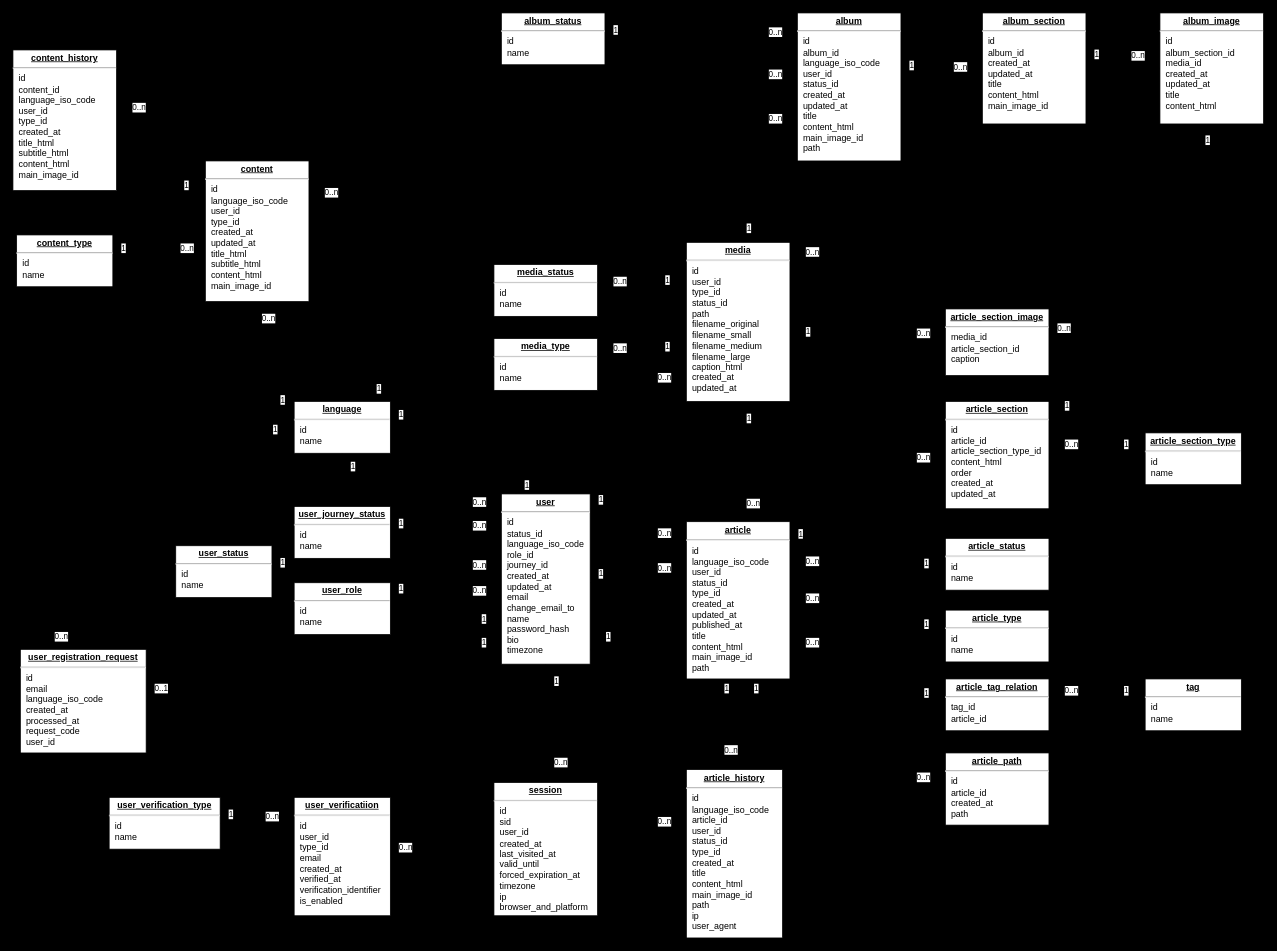
Above: DatabaseDiagram/amora.drawio in uveic/amora (draw.io), before the change. Source tidied: cells renumbered, new cells numbered last; positions are measured from the earlier drawing's top-left corner, leaving out a move shared by most shapes. Both pictures are drawn from the tidied source at 74%, with x=0, y=0 at pixel (13, 13).
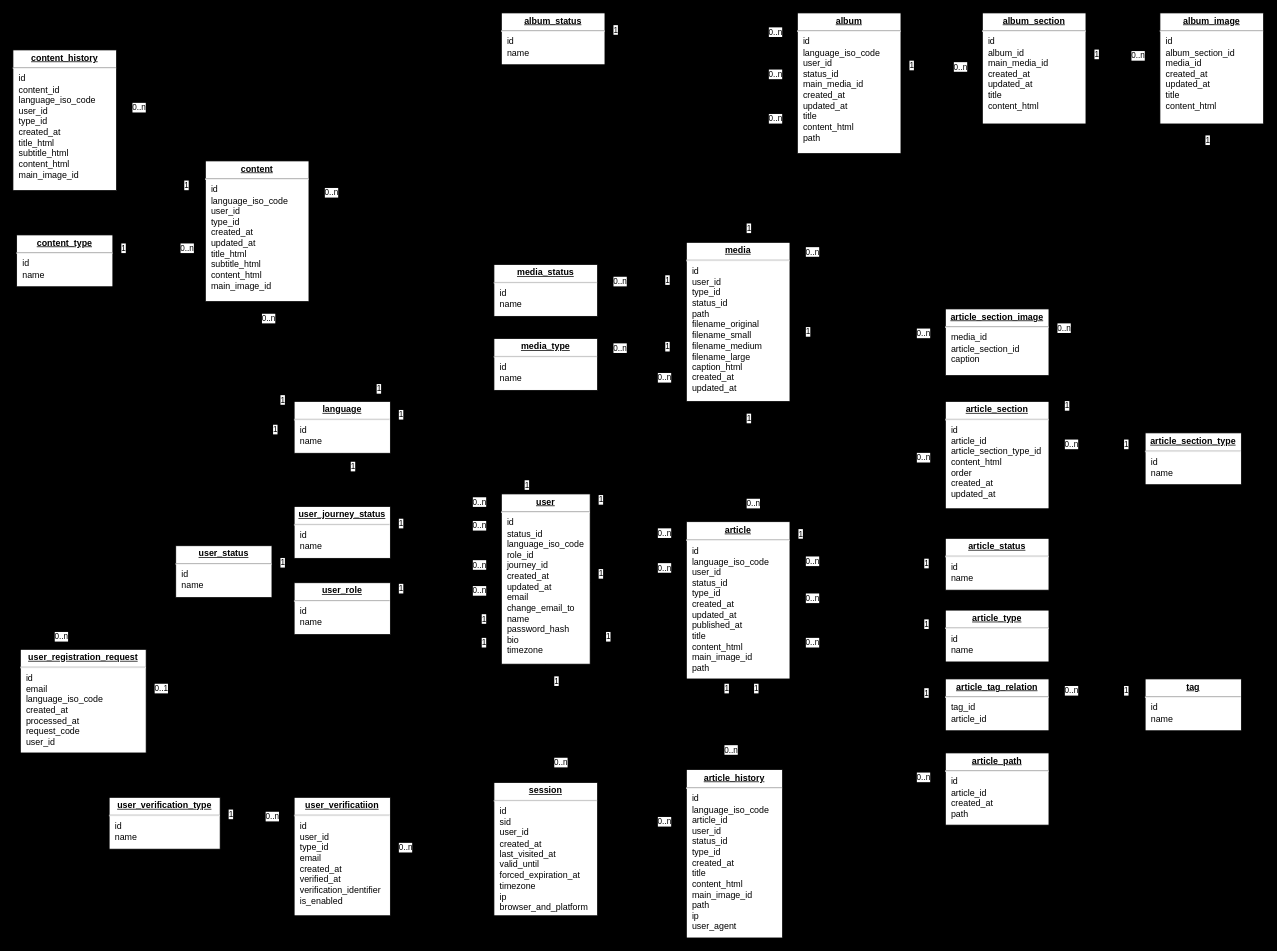
After the change.

Commit message (it also covers changes not shown here):
WIP: Album database schema

What changed in the source:
```diff
@@
-    <mxCell id="117" value="&lt;p style=&quot;margin: 0px ; margin-top: 4px ; text-align: center ; text-decoration: underline&quot;&gt;&lt;b&gt;album_section&lt;/b&gt;&lt;/p&gt;&lt;hr&gt;&lt;p style=&quot;margin: 0px ; margin-left: 8px&quot;&gt;id&lt;/p&gt;&lt;p style=&quot;margin: 0px ; margin-left: 8px&quot;&gt;album_id&lt;/p&gt;&lt;p style=&quot;margin: 0px ; margin-left: 8px&quot;&gt;&lt;span&gt;created_at&lt;/span&gt;&lt;br&gt;&lt;/p&gt;&lt;p style=&quot;margin: 0px ; margin-left: 8px&quot;&gt;updated_at&lt;/p&gt;&lt;p style=&quot;margin: 0px ; margin-left: 8px&quot;&gt;title&lt;/p&gt;&lt;p style=&quot;margin: 0px ; margin-left: 8px&quot;&gt;content_html&lt;/p&gt;&lt;p style=&quot;margin: 0px ; margin-left: 8px&quot;&gt;main_image_id&lt;/p&gt;" style="verticalAlign=top;align=left;overflow=fill;fontSize=12;fontFamily=Helvetica;html=1;" parent="1" vertex="1">
+    <mxCell id="117" value="&lt;p style=&quot;margin: 0px ; margin-top: 4px ; text-align: center ; text-decoration: underline&quot;&gt;&lt;b&gt;album_section&lt;/b&gt;&lt;/p&gt;&lt;hr&gt;&lt;p style=&quot;margin: 0px ; margin-left: 8px&quot;&gt;id&lt;/p&gt;&lt;p style=&quot;margin: 0px ; margin-left: 8px&quot;&gt;album_id&lt;/p&gt;&lt;p style=&quot;margin: 0px ; margin-left: 8px&quot;&gt;main_media_id&lt;br&gt;&lt;/p&gt;&lt;p style=&quot;margin: 0px ; margin-left: 8px&quot;&gt;&lt;span&gt;created_at&lt;/span&gt;&lt;br&gt;&lt;/p&gt;&lt;p style=&quot;margin: 0px ; margin-left: 8px&quot;&gt;updated_at&lt;/p&gt;&lt;p style=&quot;margin: 0px ; margin-left: 8px&quot;&gt;title&lt;/p&gt;&lt;p style=&quot;margin: 0px ; margin-left: 8px&quot;&gt;content_html&lt;/p&gt;" style="verticalAlign=top;align=left;overflow=fill;fontSize=12;fontFamily=Helvetica;html=1;" parent="1" vertex="1">
       <mxGeometry x="1310" width="140" height="150" as="geometry" />
     </mxCell>
-    <mxCell id="118" value="&lt;p style=&quot;margin: 0px ; margin-top: 4px ; text-align: center ; text-decoration: underline&quot;&gt;&lt;b&gt;album&lt;/b&gt;&lt;/p&gt;&lt;hr&gt;&lt;p style=&quot;margin: 0px ; margin-left: 8px&quot;&gt;id&lt;/p&gt;&lt;p style=&quot;margin: 0px ; margin-left: 8px&quot;&gt;album_id&lt;/p&gt;&lt;p style=&quot;margin: 0px ; margin-left: 8px&quot;&gt;language_iso_code&lt;/p&gt;&lt;p style=&quot;margin: 0px ; margin-left: 8px&quot;&gt;user_id&lt;br&gt;&lt;/p&gt;&lt;p style=&quot;margin: 0px ; margin-left: 8px&quot;&gt;status_id&lt;/p&gt;&lt;p style=&quot;margin: 0px ; margin-left: 8px&quot;&gt;&lt;span&gt;created_at&lt;/span&gt;&lt;br&gt;&lt;/p&gt;&lt;p style=&quot;margin: 0px ; margin-left: 8px&quot;&gt;updated_at&lt;/p&gt;&lt;p style=&quot;margin: 0px ; margin-left: 8px&quot;&gt;title&lt;/p&gt;&lt;p style=&quot;margin: 0px ; margin-left: 8px&quot;&gt;content_html&lt;/p&gt;&lt;p style=&quot;margin: 0px ; margin-left: 8px&quot;&gt;main_image_id&lt;/p&gt;&lt;p style=&quot;margin: 0px ; margin-left: 8px&quot;&gt;path&lt;/p&gt;" style="verticalAlign=top;align=left;overflow=fill;fontSize=12;fontFamily=Helvetica;html=1;" parent="1" vertex="1">
-      <mxGeometry x="1060" width="140" height="200" as="geometry" />
+    <mxCell id="118" value="&lt;p style=&quot;margin: 0px ; margin-top: 4px ; text-align: center ; text-decoration: underline&quot;&gt;&lt;b&gt;album&lt;/b&gt;&lt;/p&gt;&lt;hr&gt;&lt;p style=&quot;margin: 0px ; margin-left: 8px&quot;&gt;id&lt;/p&gt;&lt;p style=&quot;margin: 0px ; margin-left: 8px&quot;&gt;language_iso_code&lt;/p&gt;&lt;p style=&quot;margin: 0px ; margin-left: 8px&quot;&gt;user_id&lt;br&gt;&lt;/p&gt;&lt;p style=&quot;margin: 0px ; margin-left: 8px&quot;&gt;status_id&lt;/p&gt;&lt;p style=&quot;margin: 0px ; margin-left: 8px&quot;&gt;main_media_id&lt;br&gt;&lt;/p&gt;&lt;p style=&quot;margin: 0px ; margin-left: 8px&quot;&gt;&lt;span&gt;created_at&lt;/span&gt;&lt;br&gt;&lt;/p&gt;&lt;p style=&quot;margin: 0px ; margin-left: 8px&quot;&gt;updated_at&lt;/p&gt;&lt;p style=&quot;margin: 0px ; margin-left: 8px&quot;&gt;title&lt;/p&gt;&lt;p style=&quot;margin: 0px ; margin-left: 8px&quot;&gt;content_html&lt;/p&gt;&lt;p style=&quot;margin: 0px ; margin-left: 8px&quot;&gt;path&lt;/p&gt;" style="verticalAlign=top;align=left;overflow=fill;fontSize=12;fontFamily=Helvetica;html=1;" parent="1" vertex="1">
+      <mxGeometry x="1060" width="140" height="190" as="geometry" />
     </mxCell>
```
